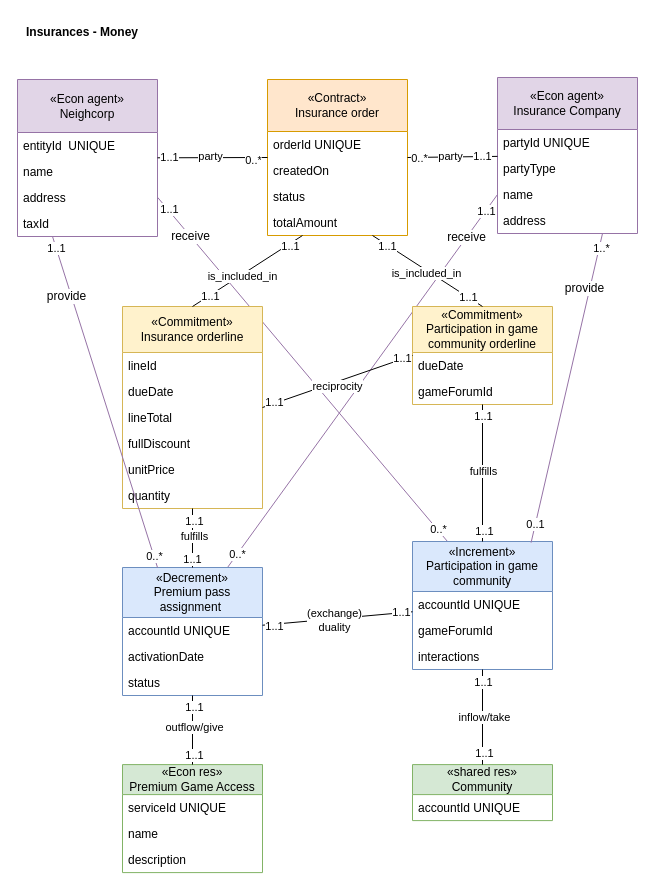
Earlier version of the draw.io diagram page "Insurance Exchange" (10 of 10) of media/IS1_Project_REA.drawio (tudwiglemmel/Neigh-Corp---Golden-Meadows). Source tidied: cells renumbered, new cells numbered last; positions are measured from the earlier drawing's top-left corner, leaving out a move shared by most shapes. Both pictures are drawn from the tidied source at 100%, with x=0, y=0 at pixel (17, 17).
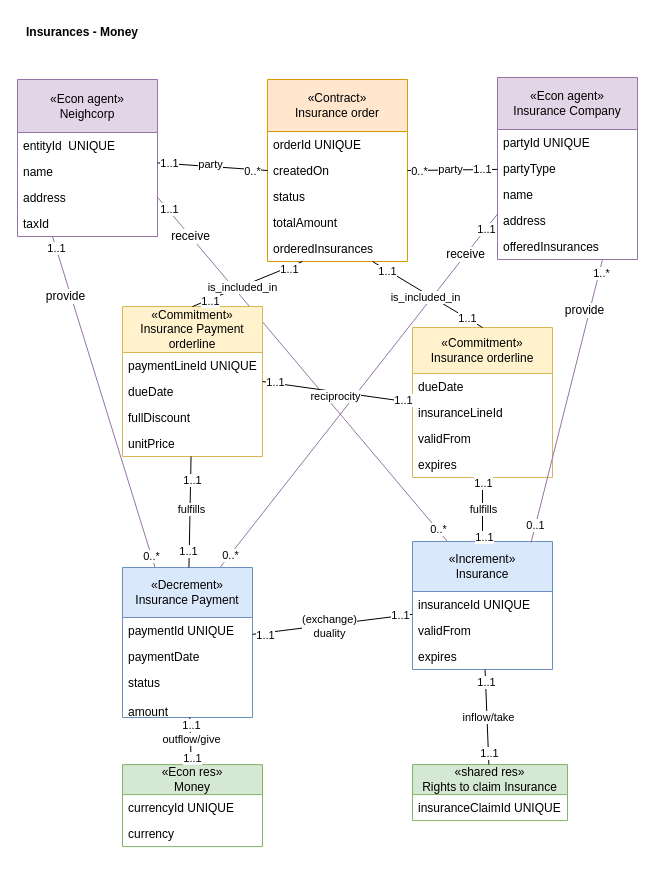
After the change.

Change to the diagram source:
```diff
@@
     <mxCell id="13" value="«Econ agent»&lt;div&gt;Insurance Company&lt;/div&gt;" style="whiteSpace=wrap;html=1;fillColor=#e1d5e7;strokeColor=#9673a6;shape=swimlane;fontStyle=0;startSize=52;horizontal=1;align=center;verticalAlign=middle;fontFamily=Helvetica;fontSize=12;fontColor=default;" parent="1" vertex="1">
-      <mxGeometry x="480" y="60" width="140" height="156" as="geometry" />
+      <mxGeometry x="480" y="60" width="140" height="182" as="geometry" />
     </mxCell>
@@
+    <mxCell id="94" value="offeredInsurances" style="text;strokeColor=none;fillColor=none;align=left;verticalAlign=top;spacingLeft=4;spacingRight=4;overflow=hidden;whiteSpace=wrap;html=1;" parent="13" vertex="1">
+      <mxGeometry y="156" width="140" height="26" as="geometry" />
+    </mxCell>
     <mxCell id="18" value="«Contract»&lt;div&gt;Insurance order&lt;/div&gt;" style="whiteSpace=wrap;html=1;fillColor=#ffe6cc;strokeColor=#d79b00;shape=swimlane;fontStyle=0;startSize=52;horizontal=1;align=center;verticalAlign=middle;fontFamily=Helvetica;fontSize=12;fontColor=default;" parent="1" vertex="1">
-      <mxGeometry x="250" y="62" width="140" height="156" as="geometry" />
+      <mxGeometry x="250" y="62" width="140" height="182" as="geometry" />
     </mxCell>
@@
+    <mxCell id="95" value="orderedInsurances" style="text;strokeColor=none;fillColor=none;align=left;verticalAlign=top;spacingLeft=4;spacingRight=4;overflow=hidden;whiteSpace=wrap;html=1;" parent="18" vertex="1">
+      <mxGeometry y="156" width="140" height="26" as="geometry" />
+    </mxCell>
@@
-    <mxCell id="31" value="«Commitment»&lt;div&gt;&lt;span style=&quot;background-color: transparent; color: light-dark(rgb(0, 0, 0), rgb(255, 255, 255));&quot;&gt;Insurance orderline&lt;/span&gt;&lt;/div&gt;" style="whiteSpace=wrap;html=1;fillColor=#fff2cc;strokeColor=#d6b656;shape=swimlane;fontStyle=0;startSize=46;horizontal=1;align=center;verticalAlign=middle;fontFamily=Helvetica;fontSize=12;fontColor=default;" parent="1" vertex="1">
-      <mxGeometry x="105" y="289" width="140" height="202" as="geometry" />
+    <mxCell id="31" value="«Commitment»&lt;div&gt;&lt;span style=&quot;background-color: transparent; color: light-dark(rgb(0, 0, 0), rgb(255, 255, 255));&quot;&gt;Insurance Payment orderline&lt;/span&gt;&lt;/div&gt;" style="whiteSpace=wrap;html=1;fillColor=#fff2cc;strokeColor=#d6b656;shape=swimlane;fontStyle=0;startSize=46;horizontal=1;align=center;verticalAlign=middle;fontFamily=Helvetica;fontSize=12;fontColor=default;" parent="1" vertex="1">
+      <mxGeometry x="105" y="289" width="140" height="150" as="geometry" />
     </mxCell>
-    <mxCell id="32" value="lineId" style="text;strokeColor=none;fillColor=none;align=left;verticalAlign=top;spacingLeft=4;spacingRight=4;overflow=hidden;whiteSpace=wrap;html=1;" parent="31" vertex="1">
+    <mxCell id="32" value="paymentLineId UNIQUE" style="text;strokeColor=none;fillColor=none;align=left;verticalAlign=top;spacingLeft=4;spacingRight=4;overflow=hidden;whiteSpace=wrap;html=1;" parent="31" vertex="1">
       <mxGeometry y="46" width="140" height="26" as="geometry" />
     </mxCell>
@@
-    <mxCell id="34" value="lineTotal" style="text;strokeColor=none;fillColor=none;align=left;verticalAlign=top;spacingLeft=4;spacingRight=4;overflow=hidden;whiteSpace=wrap;html=1;" parent="31" vertex="1">
-      <mxGeometry y="98" width="140" height="26" as="geometry" />
-    </mxCell>
     <mxCell id="35" value="fullDiscount" style="text;strokeColor=none;fillColor=none;align=left;verticalAlign=top;spacingLeft=4;spacingRight=4;overflow=hidden;whiteSpace=wrap;html=1;" parent="31" vertex="1">
-      <mxGeometry y="124" width="140" height="26" as="geometry" />
+      <mxGeometry y="98" width="140" height="26" as="geometry" />
     </mxCell>
     <mxCell id="36" value="unitPrice" style="text;strokeColor=none;fillColor=none;align=left;verticalAlign=top;spacingLeft=4;spacingRight=4;overflow=hidden;whiteSpace=wrap;html=1;" parent="31" vertex="1">
-      <mxGeometry y="150" width="140" height="26" as="geometry" />
+      <mxGeometry y="124" width="140" height="26" as="geometry" />
     </mxCell>
-    <mxCell id="37" value="quantity" style="text;strokeColor=none;fillColor=none;align=left;verticalAlign=top;spacingLeft=4;spacingRight=4;overflow=hidden;whiteSpace=wrap;html=1;" parent="31" vertex="1">
-      <mxGeometry y="176" width="140" height="26" as="geometry" />
-    </mxCell>
-    <mxCell id="38" value="«Commitment»&lt;div&gt;Participation in game community orderline&lt;/div&gt;" style="whiteSpace=wrap;html=1;fillColor=#fff2cc;strokeColor=#d6b656;shape=swimlane;fontStyle=0;startSize=46;horizontal=1;align=center;verticalAlign=middle;fontFamily=Helvetica;fontSize=12;fontColor=default;" parent="1" vertex="1">
-      <mxGeometry x="395" y="289" width="140" height="98" as="geometry" />
+    <mxCell id="38" value="«Commitment»&lt;div&gt;Insurance orderline&lt;/div&gt;" style="whiteSpace=wrap;html=1;fillColor=#fff2cc;strokeColor=#d6b656;shape=swimlane;fontStyle=0;startSize=46;horizontal=1;align=center;verticalAlign=middle;fontFamily=Helvetica;fontSize=12;fontColor=default;" parent="1" vertex="1">
+      <mxGeometry x="395" y="310" width="140" height="150" as="geometry" />
     </mxCell>
@@
-    <mxCell id="40" value="gameForumId" style="text;strokeColor=none;fillColor=none;align=left;verticalAlign=top;spacingLeft=4;spacingRight=4;overflow=hidden;whiteSpace=wrap;html=1;" parent="38" vertex="1">
-      <mxGeometry y="72" width="140" height="26" as="geometry" />
-    </mxCell>
+    <mxCell id="96" value="insuranceLineId" style="text;strokeColor=none;fillColor=none;align=left;verticalAlign=top;spacingLeft=4;spacingRight=4;overflow=hidden;whiteSpace=wrap;html=1;" parent="38" vertex="1">
+      <mxGeometry y="72" width="140" height="26" as="geometry" />
+    </mxCell>
+    <mxCell id="97" value="validFrom" style="text;strokeColor=none;fillColor=none;align=left;verticalAlign=top;spacingLeft=4;spacingRight=4;overflow=hidden;whiteSpace=wrap;html=1;" parent="38" vertex="1">
+      <mxGeometry y="98" width="140" height="26" as="geometry" />
+    </mxCell>
+    <mxCell id="98" value="expires" style="text;strokeColor=none;fillColor=none;align=left;verticalAlign=top;spacingLeft=4;spacingRight=4;overflow=hidden;whiteSpace=wrap;html=1;" parent="38" vertex="1">
+      <mxGeometry y="124" width="140" height="26" as="geometry" />
+    </mxCell>
@@
-    <mxCell id="49" value="«Decrement»&lt;div&gt;Premium pass assignment&amp;nbsp;&lt;/div&gt;" style="whiteSpace=wrap;html=1;fillColor=#dae8fc;strokeColor=#6c8ebf;shape=swimlane;fontStyle=0;startSize=50;horizontal=1;align=center;verticalAlign=middle;fontFamily=Helvetica;fontSize=12;fontColor=default;" parent="1" vertex="1">
-      <mxGeometry x="105" y="550" width="140" height="128" as="geometry" />
+    <mxCell id="49" value="«Decrement»&lt;div&gt;Insurance Payment&lt;/div&gt;" style="whiteSpace=wrap;html=1;fillColor=#dae8fc;strokeColor=#6c8ebf;shape=swimlane;fontStyle=0;startSize=50;horizontal=1;align=center;verticalAlign=middle;fontFamily=Helvetica;fontSize=12;fontColor=default;" parent="1" vertex="1">
+      <mxGeometry x="105" y="550" width="130" height="150" as="geometry" />
     </mxCell>
-    <mxCell id="50" value="accountId UNIQUE" style="text;strokeColor=none;fillColor=none;align=left;verticalAlign=top;spacingLeft=4;spacingRight=4;overflow=hidden;whiteSpace=wrap;html=1;" parent="49" vertex="1">
-      <mxGeometry y="50" width="140" height="26" as="geometry" />
+    <mxCell id="50" value="paymentId UNIQUE" style="text;strokeColor=none;fillColor=none;align=left;verticalAlign=top;spacingLeft=4;spacingRight=4;overflow=hidden;whiteSpace=wrap;html=1;" parent="49" vertex="1">
+      <mxGeometry y="50" width="130" height="26" as="geometry" />
     </mxCell>
-    <mxCell id="51" value="activationDate" style="text;strokeColor=none;fillColor=none;align=left;verticalAlign=top;spacingLeft=4;spacingRight=4;overflow=hidden;whiteSpace=wrap;html=1;" parent="49" vertex="1">
-      <mxGeometry y="76" width="140" height="26" as="geometry" />
+    <mxCell id="51" value="paymentDate" style="text;strokeColor=none;fillColor=none;align=left;verticalAlign=top;spacingLeft=4;spacingRight=4;overflow=hidden;whiteSpace=wrap;html=1;" parent="49" vertex="1">
+      <mxGeometry y="76" width="130" height="26" as="geometry" />
     </mxCell>
-    <mxCell id="52" value="status" style="text;strokeColor=none;fillColor=none;align=left;verticalAlign=top;spacingLeft=4;spacingRight=4;overflow=hidden;whiteSpace=wrap;html=1;" parent="49" vertex="1">
-      <mxGeometry y="102" width="140" height="26" as="geometry" />
+    <mxCell id="52" value="status&lt;div&gt;&lt;span style=&quot;background-color: transparent; color: light-dark(rgb(0, 0, 0), rgb(255, 255, 255));&quot;&gt;&lt;br&gt;&lt;/span&gt;&lt;/div&gt;&lt;div&gt;&lt;span style=&quot;background-color: transparent; color: light-dark(rgb(0, 0, 0), rgb(255, 255, 255));&quot;&gt;amount&lt;/span&gt;&lt;/div&gt;" style="text;strokeColor=none;fillColor=none;align=left;verticalAlign=top;spacingLeft=4;spacingRight=4;overflow=hidden;whiteSpace=wrap;html=1;" parent="49" vertex="1">
+      <mxGeometry y="102" width="130" height="48" as="geometry" />
     </mxCell>
-    <mxCell id="53" value="&lt;div&gt;«Increment»&lt;/div&gt;&lt;div&gt;Participation in game community&lt;/div&gt;" style="whiteSpace=wrap;html=1;fillColor=#dae8fc;strokeColor=#6c8ebf;shape=swimlane;fontStyle=0;startSize=50;horizontal=1;align=center;verticalAlign=middle;fontFamily=Helvetica;fontSize=12;fontColor=default;" parent="1" vertex="1">
+    <mxCell id="53" value="&lt;div&gt;«Increment»&lt;/div&gt;&lt;div&gt;Insurance&lt;/div&gt;" style="whiteSpace=wrap;html=1;fillColor=#dae8fc;strokeColor=#6c8ebf;shape=swimlane;fontStyle=0;startSize=50;horizontal=1;align=center;verticalAlign=middle;fontFamily=Helvetica;fontSize=12;fontColor=default;" parent="1" vertex="1">
       <mxGeometry x="395" y="524" width="140" height="128" as="geometry" />
     </mxCell>
-    <mxCell id="54" value="accountId UNIQUE" style="text;strokeColor=none;fillColor=none;align=left;verticalAlign=top;spacingLeft=4;spacingRight=4;overflow=hidden;whiteSpace=wrap;html=1;" parent="53" vertex="1">
+    <mxCell id="54" value="insuranceId UNIQUE" style="text;strokeColor=none;fillColor=none;align=left;verticalAlign=top;spacingLeft=4;spacingRight=4;overflow=hidden;whiteSpace=wrap;html=1;" parent="53" vertex="1">
       <mxGeometry y="50" width="140" height="26" as="geometry" />
     </mxCell>
-    <mxCell id="55" value="gameForumId" style="text;strokeColor=none;fillColor=none;align=left;verticalAlign=top;spacingLeft=4;spacingRight=4;overflow=hidden;whiteSpace=wrap;html=1;" parent="53" vertex="1">
-      <mxGeometry y="76" width="140" height="26" as="geometry" />
-    </mxCell>
-    <mxCell id="56" value="interactions" style="text;strokeColor=none;fillColor=none;align=left;verticalAlign=top;spacingLeft=4;spacingRight=4;overflow=hidden;whiteSpace=wrap;html=1;" parent="53" vertex="1">
-      <mxGeometry y="102" width="140" height="26" as="geometry" />
-    </mxCell>
+    <mxCell id="99" value="validFrom" style="text;strokeColor=none;fillColor=none;align=left;verticalAlign=top;spacingLeft=4;spacingRight=4;overflow=hidden;whiteSpace=wrap;html=1;" parent="53" vertex="1">
+      <mxGeometry y="76" width="140" height="26" as="geometry" />
+    </mxCell>
+    <mxCell id="100" value="expires" style="text;strokeColor=none;fillColor=none;align=left;verticalAlign=top;spacingLeft=4;spacingRight=4;overflow=hidden;whiteSpace=wrap;html=1;" parent="53" vertex="1">
+      <mxGeometry y="102" width="140" height="26" as="geometry" />
+    </mxCell>
@@
-    <mxCell id="65" value="«Econ res»&lt;div&gt;Premium Game Access&lt;/div&gt;" style="whiteSpace=wrap;html=1;fillColor=#d5e8d4;strokeColor=#82b366;shape=swimlane;fontStyle=0;startSize=30;horizontal=1;align=center;verticalAlign=middle;fontFamily=Helvetica;fontSize=12;fontColor=default;swimlaneLine=1;" parent="1" vertex="1">
-      <mxGeometry x="105" y="747.1" width="140" height="108" as="geometry" />
+    <mxCell id="65" value="«Econ res»&lt;div&gt;Money&lt;/div&gt;" style="whiteSpace=wrap;html=1;fillColor=#d5e8d4;strokeColor=#82b366;shape=swimlane;fontStyle=0;startSize=30;horizontal=1;align=center;verticalAlign=middle;fontFamily=Helvetica;fontSize=12;fontColor=default;swimlaneLine=1;" parent="1" vertex="1">
+      <mxGeometry x="105" y="747.1" width="140" height="82" as="geometry" />
     </mxCell>
-    <mxCell id="66" value="serviceId UNIQUE" style="text;strokeColor=none;fillColor=none;align=left;verticalAlign=top;spacingLeft=4;spacingRight=4;overflow=hidden;whiteSpace=wrap;html=1;" parent="65" vertex="1">
+    <mxCell id="66" value="currencyId UNIQUE" style="text;strokeColor=none;fillColor=none;align=left;verticalAlign=top;spacingLeft=4;spacingRight=4;overflow=hidden;whiteSpace=wrap;html=1;" parent="65" vertex="1">
       <mxGeometry y="30" width="140" height="26" as="geometry" />
     </mxCell>
-    <mxCell id="67" value="name" style="text;strokeColor=none;fillColor=none;align=left;verticalAlign=top;spacingLeft=4;spacingRight=4;overflow=hidden;whiteSpace=wrap;html=1;" parent="65" vertex="1">
+    <mxCell id="67" value="currency" style="text;strokeColor=none;fillColor=none;align=left;verticalAlign=top;spacingLeft=4;spacingRight=4;overflow=hidden;whiteSpace=wrap;html=1;" parent="65" vertex="1">
       <mxGeometry y="56" width="140" height="26" as="geometry" />
     </mxCell>
-    <mxCell id="68" value="description" style="text;strokeColor=none;fillColor=none;align=left;verticalAlign=top;spacingLeft=4;spacingRight=4;overflow=hidden;whiteSpace=wrap;html=1;" parent="65" vertex="1">
-      <mxGeometry y="82" width="140" height="26" as="geometry" />
-    </mxCell>
-    <mxCell id="69" value="«shared res»&lt;div&gt;Community&lt;/div&gt;" style="whiteSpace=wrap;html=1;fillColor=#d5e8d4;strokeColor=#82b366;shape=swimlane;fontStyle=0;startSize=30;horizontal=1;align=center;verticalAlign=middle;fontFamily=Helvetica;fontSize=12;fontColor=default;swimlaneLine=1;" parent="1" vertex="1">
-      <mxGeometry x="395" y="747.1" width="140" height="56" as="geometry" />
+    <mxCell id="69" value="«shared res»&lt;div&gt;Rights to claim Insurance&lt;/div&gt;" style="whiteSpace=wrap;html=1;fillColor=#d5e8d4;strokeColor=#82b366;shape=swimlane;fontStyle=0;startSize=30;horizontal=1;align=center;verticalAlign=middle;fontFamily=Helvetica;fontSize=12;fontColor=default;swimlaneLine=1;" parent="1" vertex="1">
+      <mxGeometry x="395" y="747.1" width="155" height="56" as="geometry" />
     </mxCell>
-    <mxCell id="70" value="accountId UNIQUE" style="text;strokeColor=none;fillColor=none;align=left;verticalAlign=top;spacingLeft=4;spacingRight=4;overflow=hidden;whiteSpace=wrap;html=1;" parent="69" vertex="1">
-      <mxGeometry y="30" width="140" height="26" as="geometry" />
+    <mxCell id="70" value="insuranceClaimId UNIQUE" style="text;strokeColor=none;fillColor=none;align=left;verticalAlign=top;spacingLeft=4;spacingRight=4;overflow=hidden;whiteSpace=wrap;html=1;" parent="69" vertex="1">
+      <mxGeometry y="30" width="155" height="26" as="geometry" />
     </mxCell>
```
